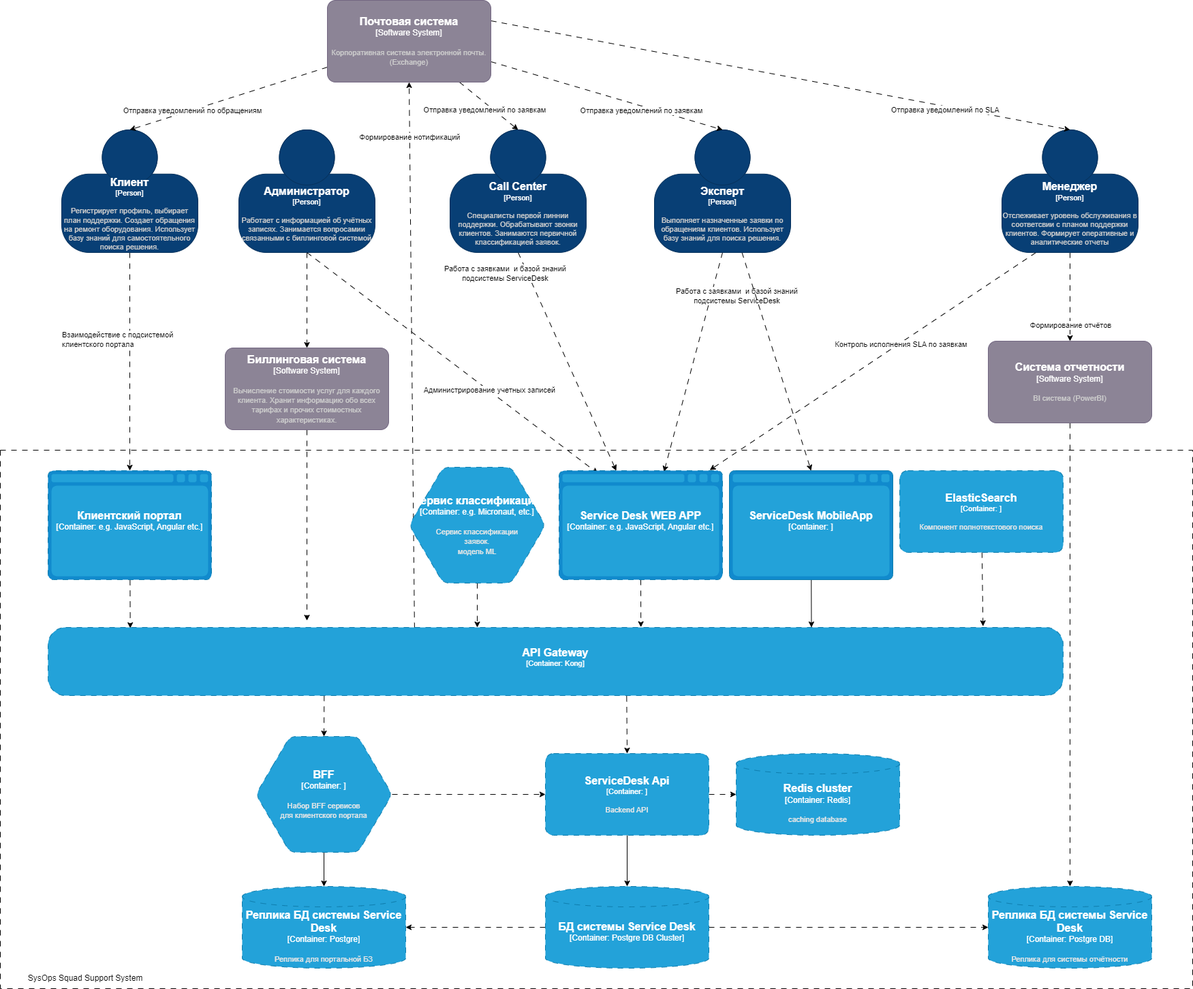
misterpavelbak/otus-arch-course keeps this draw.io diagram as diagrams/C4-container.drawio.png. Above is the earlier version. Source tidied: cells renumbered, new cells last; positions are measured from the earlier drawing's top-left corner, leaving out a move shared by most shapes.
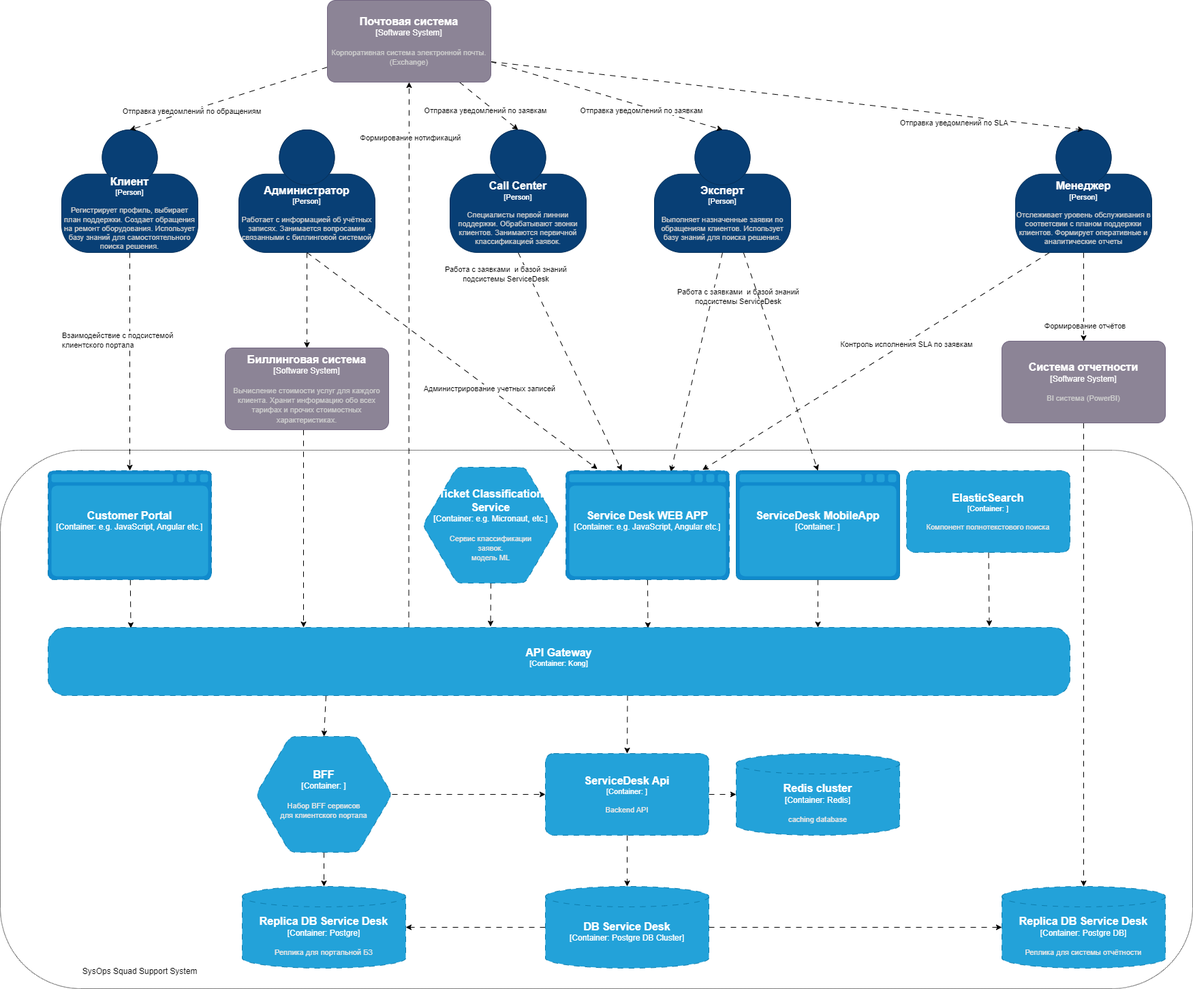
The same diagram one commit later.

Commit message:
upd container diagramm

Diff of the diagram source:
```diff
@@ -4,3 +4,3 @@
     <mxCell id="1" parent="0" />
-    <mxCell id="2" style="whiteSpace=wrap;html=1;dashed=1;dashPattern=8 8;fillColor=none;align=left;" parent="1" vertex="1">
+    <mxCell id="2" style="whiteSpace=wrap;html=1;dashed=1;dashPattern=1 1;fillColor=none;align=left;rounded=1;" parent="1" vertex="1">
       <mxGeometry y="660" width="1750" height="790" as="geometry" />
@@ -20,6 +20,6 @@
     </object>
-    <mxCell id="6" style="edgeStyle=none;html=1;entryX=0.5;entryY=1;entryDx=0;entryDy=0;entryPerimeter=0;dashed=1;dashPattern=8 8;exitX=0.361;exitY=0.011;exitDx=0;exitDy=0;exitPerimeter=0;" parent="1" edge="1" source="45" target="29">
+    <mxCell id="6" style="edgeStyle=none;html=1;entryX=0.5;entryY=1;entryDx=0;entryDy=0;entryPerimeter=0;dashed=1;dashPattern=8 8;exitX=0.353;exitY=0.011;exitDx=0;exitDy=0;exitPerimeter=0;" parent="1" edge="1" source="45" target="29">
       <mxGeometry relative="1" as="geometry" />
     </mxCell>
-    <mxCell id="7" style="edgeStyle=none;html=1;dashed=1;dashPattern=8 8;exitX=0.5;exitY=1;exitDx=0;exitDy=0;exitPerimeter=0;entryX=0.238;entryY=0.025;entryDx=0;entryDy=0;entryPerimeter=0;" parent="1" edge="1" source="10" target="42">
+    <mxCell id="7" style="edgeStyle=none;html=1;dashed=1;dashPattern=8 8;exitX=0.5;exitY=1;exitDx=0;exitDy=0;exitPerimeter=0;entryX=0.193;entryY=-0.015;entryDx=0;entryDy=0;entryPerimeter=0;" parent="1" edge="1" source="10" target="42">
       <mxGeometry relative="1" as="geometry" />
@@ -39,3 +39,3 @@
     </object>
-    <mxCell id="11" style="edgeStyle=none;html=1;entryX=0.922;entryY=-0.005;entryDx=0;entryDy=0;entryPerimeter=0;exitX=0.25;exitY=1;exitDx=0;exitDy=0;exitPerimeter=0;dashed=1;dashPattern=8 8;" parent="1" edge="1" source="15" target="42">
+    <mxCell id="11" style="edgeStyle=none;html=1;entryX=0.836;entryY=-0.007;entryDx=0;entryDy=0;entryPerimeter=0;exitX=0.25;exitY=1;exitDx=0;exitDy=0;exitPerimeter=0;dashed=1;dashPattern=8 8;" parent="1" edge="1" source="15" target="42">
       <mxGeometry relative="1" as="geometry" />
@@ -53,3 +53,3 @@
       <mxCell style="html=1;fontSize=11;dashed=0;whiteSpace=wrap;fillColor=#083F75;strokeColor=#06315C;fontColor=#ffffff;shape=mxgraph.c4.person2;align=center;points=[[0.5,0,0],[1,0.5,0],[1,0.75,0],[0.75,1,0],[0.5,1,0],[0.25,1,0],[0,0.75,0],[0,0.5,0]];" parent="1" vertex="1">
-        <mxGeometry x="1470" y="190" width="200" height="180" as="geometry" />
+        <mxGeometry x="1490" y="190" width="200" height="180" as="geometry" />
       </mxCell>
@@ -97,3 +97,3 @@
     </mxCell>
-    <mxCell id="27" style="edgeStyle=none;html=1;exitX=1;exitY=0.25;exitDx=0;exitDy=0;exitPerimeter=0;entryX=0.5;entryY=0;entryDx=0;entryDy=0;entryPerimeter=0;dashed=1;dashPattern=8 8;" parent="1" edge="1" source="29" target="15">
+    <mxCell id="27" style="edgeStyle=none;html=1;exitX=1;exitY=0.75;exitDx=0;exitDy=0;exitPerimeter=0;entryX=0.5;entryY=0;entryDx=0;entryDy=0;entryPerimeter=0;dashed=1;dashPattern=8 8;" parent="1" edge="1" source="29" target="15">
       <mxGeometry relative="1" as="geometry" />
@@ -110,5 +110,5 @@
     </object>
-    <mxCell id="30" style="edgeStyle=none;html=1;dashed=1;dashPattern=8 8;" parent="1" edge="1" source="31">
+    <mxCell id="30" style="edgeStyle=none;html=1;dashed=1;dashPattern=8 8;entryX=0.25;entryY=0;entryDx=0;entryDy=0;entryPerimeter=0;" parent="1" edge="1" target="45">
       <mxGeometry relative="1" as="geometry">
-        <mxPoint x="450" y="910" as="targetPoint" />
+        <mxPoint x="445" y="630" as="sourcePoint" />
       </mxGeometry>
@@ -125,3 +125,3 @@
       <mxCell style="rounded=1;whiteSpace=wrap;html=1;labelBackgroundColor=none;fillColor=#8C8496;fontColor=#ffffff;align=center;arcSize=10;strokeColor=#736782;points=[[0.25,0,0],[0.5,0,0],[0.75,0,0],[1,0.25,0],[1,0.5,0],[1,0.75,0],[0.75,1,0],[0.5,1,0],[0.25,1,0],[0,0.75,0],[0,0.5,0],[0,0.25,0]];" parent="1" vertex="1">
-        <mxGeometry x="1450" y="500" width="240" height="120" as="geometry" />
+        <mxGeometry x="1470" y="500" width="240" height="120" as="geometry" />
       </mxCell>
@@ -148,3 +148,3 @@
     </mxCell>
-    <object id="40" label="&lt;font style=&quot;font-size: 16px&quot;&gt;&lt;b&gt;%c4Type%&lt;/b&gt;&lt;/font&gt;&lt;div&gt;[%c4Container%:&amp;nbsp;%c4Technology%]&lt;/div&gt;&lt;br&gt;&lt;div&gt;&lt;font style=&quot;font-size: 11px&quot;&gt;&lt;font color=&quot;#E6E6E6&quot;&gt;%c4Description%&lt;/font&gt;&lt;/div&gt;" c4Container="Container" c4Description="" c4Technology="e.g. JavaScript, Angular etc." c4Type="Клиентский портал" placeholders="1">
+    <object id="40" label="&lt;font style=&quot;font-size: 16px&quot;&gt;&lt;b&gt;%c4Type%&lt;/b&gt;&lt;/font&gt;&lt;div&gt;[%c4Container%:&amp;nbsp;%c4Technology%]&lt;/div&gt;&lt;br&gt;&lt;div&gt;&lt;font style=&quot;font-size: 11px&quot;&gt;&lt;font color=&quot;#E6E6E6&quot;&gt;%c4Description%&lt;/font&gt;&lt;/div&gt;" c4Container="Container" c4Description="" c4Technology="e.g. JavaScript, Angular etc." c4Type="Customer Portal" placeholders="1">
       <mxCell style="shape=mxgraph.c4.webBrowserContainer2;whiteSpace=wrap;html=1;boundedLbl=1;rounded=0;labelBackgroundColor=none;strokeColor=#118ACD;fillColor=#23A2D9;strokeColor=#118ACD;strokeColor2=#0E7DAD;fontSize=12;fontColor=#ffffff;align=center;points=[[0.5,0,0],[1,0.25,0],[1,0.5,0],[1,0.75,0],[0.5,1,0],[0,0.75,0],[0,0.5,0],[0,0.25,0]];dashed=1;dashPattern=8 8;" parent="1" vertex="1">
@@ -153,3 +153,3 @@
     </object>
-    <mxCell id="41" style="edgeStyle=none;html=1;entryX=0.584;entryY=-0.004;entryDx=0;entryDy=0;entryPerimeter=0;dashed=1;dashPattern=8 8;exitX=0.5;exitY=1;exitDx=0;exitDy=0;exitPerimeter=0;" parent="1" edge="1" source="42" target="45">
+    <mxCell id="41" style="edgeStyle=none;html=1;entryX=0.587;entryY=0.01;entryDx=0;entryDy=0;entryPerimeter=0;dashed=1;dashPattern=8 8;exitX=0.5;exitY=1;exitDx=0;exitDy=0;exitPerimeter=0;" parent="1" edge="1" source="42" target="45">
       <mxGeometry relative="1" as="geometry" />
@@ -158,3 +158,3 @@
       <mxCell style="shape=mxgraph.c4.webBrowserContainer2;whiteSpace=wrap;html=1;boundedLbl=1;rounded=0;labelBackgroundColor=none;strokeColor=#118ACD;fillColor=#23A2D9;strokeColor=#118ACD;strokeColor2=#0E7DAD;fontSize=12;fontColor=#ffffff;align=center;points=[[0.5,0,0],[1,0.25,0],[1,0.5,0],[1,0.75,0],[0.5,1,0],[0,0.75,0],[0,0.5,0],[0,0.25,0]];dashed=1;dashPattern=8 8;" parent="1" vertex="1">
-        <mxGeometry x="820" y="690" width="240" height="160" as="geometry" />
+        <mxGeometry x="830" y="690" width="240" height="160" as="geometry" />
       </mxCell>
@@ -164,3 +164,3 @@
     </mxCell>
-    <mxCell id="44" style="edgeStyle=none;html=1;entryX=0.5;entryY=0;entryDx=0;entryDy=0;entryPerimeter=0;dashed=1;dashPattern=8 8;exitX=0.57;exitY=1.008;exitDx=0;exitDy=0;exitPerimeter=0;" parent="1" edge="1" source="45" target="54">
+    <mxCell id="44" style="edgeStyle=none;html=1;entryX=0.5;entryY=0;entryDx=0;entryDy=0;entryPerimeter=0;dashed=1;dashPattern=8 8;exitX=0.567;exitY=0.993;exitDx=0;exitDy=0;exitPerimeter=0;" parent="1" edge="1" source="45" target="54">
       <mxGeometry relative="1" as="geometry" />
@@ -169,3 +169,3 @@
       <mxCell style="rounded=1;whiteSpace=wrap;html=1;fontSize=11;labelBackgroundColor=none;fillColor=#23A2D9;fontColor=#ffffff;align=center;arcSize=26;strokeColor=#0E7DAD;points=[[0.25,0,0],[0.5,0,0],[0.75,0,0],[1,0.25,0],[1,0.5,0],[1,0.75,0],[0.75,1,0],[0.5,1,0],[0.25,1,0],[0,0.75,0],[0,0.5,0],[0,0.25,0]];dashed=1;dashPattern=8 8;imageWidth=24;rotation=0;" parent="1" vertex="1">
-        <mxGeometry x="70" y="920" width="1490" height="100" as="geometry" />
+        <mxGeometry x="70" y="920" width="1500" height="100" as="geometry" />
       </mxCell>
@@ -178,3 +178,3 @@
     </mxCell>
-    <object id="48" label="&lt;font style=&quot;font-size: 16px&quot;&gt;&lt;b&gt;%c4Type%&lt;/b&gt;&lt;/font&gt;&lt;div&gt;[%c4Container%:&amp;nbsp;%c4Technology%]&lt;/div&gt;&lt;br&gt;&lt;div&gt;&lt;font style=&quot;font-size: 11px&quot;&gt;&lt;font color=&quot;#E6E6E6&quot;&gt;%c4Description%&lt;/font&gt;&lt;/div&gt;" c4Container="Container" c4Description="" c4Technology="Postgre DB Cluster" c4Type="БД системы Service Desk" placeholders="1">
+    <object id="48" label="&lt;font style=&quot;font-size: 16px&quot;&gt;&lt;b&gt;%c4Type%&lt;/b&gt;&lt;/font&gt;&lt;div&gt;[%c4Container%:&amp;nbsp;%c4Technology%]&lt;/div&gt;&lt;br&gt;&lt;div&gt;&lt;font style=&quot;font-size: 11px&quot;&gt;&lt;font color=&quot;#E6E6E6&quot;&gt;%c4Description%&lt;/font&gt;&lt;/div&gt;" c4Container="Container" c4Description="" c4Technology="Postgre DB Cluster" c4Type="DB Service Desk" placeholders="1">
       <mxCell style="shape=cylinder3;size=15;whiteSpace=wrap;html=1;boundedLbl=1;rounded=0;labelBackgroundColor=none;fillColor=#23A2D9;fontSize=12;fontColor=#ffffff;align=center;strokeColor=#0E7DAD;points=[[0.5,0,0],[1,0.25,0],[1,0.5,0],[1,0.75,0],[0.5,1,0],[0,0.75,0],[0,0.5,0],[0,0.25,0]];dashed=1;dashPattern=8 8;" parent="1" vertex="1">
@@ -186,3 +186,3 @@
     </mxCell>
-    <mxCell id="50" style="edgeStyle=none;html=1;entryX=0.5;entryY=0;entryDx=0;entryDy=0;entryPerimeter=0;" parent="1" edge="1" source="51" target="55">
+    <mxCell id="50" style="edgeStyle=none;html=1;entryX=0.5;entryY=0;entryDx=0;entryDy=0;entryPerimeter=0;dashed=1;dashPattern=8 8;" parent="1" edge="1" source="51" target="55">
       <mxGeometry relative="1" as="geometry" />
@@ -194,3 +194,3 @@
     </object>
-    <mxCell id="52" style="edgeStyle=none;html=1;" parent="1" edge="1" source="54" target="48">
+    <mxCell id="52" style="edgeStyle=none;html=1;dashed=1;dashPattern=8 8;" parent="1" edge="1" source="54" target="48">
       <mxGeometry relative="1" as="geometry" />
@@ -205,3 +205,3 @@
     </object>
-    <object id="55" label="&lt;font style=&quot;font-size: 16px&quot;&gt;&lt;b&gt;%c4Type%&lt;/b&gt;&lt;/font&gt;&lt;div&gt;[%c4Container%:&amp;nbsp;%c4Technology%]&lt;/div&gt;&lt;br&gt;&lt;div&gt;&lt;font style=&quot;font-size: 11px&quot;&gt;&lt;font color=&quot;#E6E6E6&quot;&gt;%c4Description%&lt;/font&gt;&lt;/div&gt;" c4Container="Container" c4Description="Реплика для портальной БЗ" c4Technology="Postgre" c4Type="Реплика БД системы Service Desk" placeholders="1">
+    <object id="55" label="&lt;font style=&quot;font-size: 16px&quot;&gt;&lt;b&gt;%c4Type%&lt;/b&gt;&lt;/font&gt;&lt;div&gt;[%c4Container%:&amp;nbsp;%c4Technology%]&lt;/div&gt;&lt;br&gt;&lt;div&gt;&lt;font style=&quot;font-size: 11px&quot;&gt;&lt;font color=&quot;#E6E6E6&quot;&gt;%c4Description%&lt;/font&gt;&lt;/div&gt;" c4Container="Container" c4Description="Реплика для портальной БЗ" c4Technology="Postgre" c4Type="Replica DB Service Desk" placeholders="1">
       <mxCell style="shape=cylinder3;size=15;whiteSpace=wrap;html=1;boundedLbl=1;rounded=0;labelBackgroundColor=none;fillColor=#23A2D9;fontSize=12;fontColor=#ffffff;align=center;strokeColor=#0E7DAD;points=[[0.5,0,0],[1,0.25,0],[1,0.5,0],[1,0.75,0],[0.5,1,0],[0,0.75,0],[0,0.5,0],[0,0.25,0]];dashed=1;dashPattern=8 8;" parent="1" vertex="1">
@@ -210,15 +210,13 @@
     </object>
-    <object id="56" label="&lt;font style=&quot;font-size: 16px&quot;&gt;&lt;b&gt;%c4Type%&lt;/b&gt;&lt;/font&gt;&lt;div&gt;[%c4Container%:&amp;nbsp;%c4Technology%]&lt;/div&gt;&lt;br&gt;&lt;div&gt;&lt;font style=&quot;font-size: 11px&quot;&gt;&lt;font color=&quot;#E6E6E6&quot;&gt;%c4Description%&lt;/font&gt;&lt;/div&gt;" c4Container="Container" c4Description="Реплика для системы отчётности" c4Technology="Postgre DB" c4Type="Реплика БД системы Service Desk" placeholders="1">
+    <object id="56" label="&lt;font style=&quot;font-size: 16px&quot;&gt;&lt;b&gt;%c4Type%&lt;/b&gt;&lt;/font&gt;&lt;div&gt;[%c4Container%:&amp;nbsp;%c4Technology%]&lt;/div&gt;&lt;br&gt;&lt;div&gt;&lt;font style=&quot;font-size: 11px&quot;&gt;&lt;font color=&quot;#E6E6E6&quot;&gt;%c4Description%&lt;/font&gt;&lt;/div&gt;" c4Container="Container" c4Description="Реплика для системы отчётности" c4Technology="Postgre DB" c4Type="Replica DB Service Desk" placeholders="1">
       <mxCell style="shape=cylinder3;size=15;whiteSpace=wrap;html=1;boundedLbl=1;rounded=0;labelBackgroundColor=none;fillColor=#23A2D9;fontSize=12;fontColor=#ffffff;align=center;strokeColor=#0E7DAD;points=[[0.5,0,0],[1,0.25,0],[1,0.5,0],[1,0.75,0],[0.5,1,0],[0,0.75,0],[0,0.5,0],[0,0.25,0]];dashed=1;dashPattern=8 8;" parent="1" vertex="1">
-        <mxGeometry x="1450" y="1300" width="240" height="120" as="geometry" />
+        <mxGeometry x="1470" y="1300" width="240" height="120" as="geometry" />
       </mxCell>
     </object>
-    <mxCell id="57" style="edgeStyle=none;html=1;dashed=1;dashPattern=8 8;exitX=0.5;exitY=1;exitDx=0;exitDy=0;exitPerimeter=0;" parent="1" edge="1" source="58">
-      <mxGeometry relative="1" as="geometry">
-        <mxPoint x="700" y="920" as="targetPoint" />
-      </mxGeometry>
+    <mxCell id="57" style="edgeStyle=none;html=1;dashed=1;dashPattern=8 8;exitX=0.5;exitY=1;exitDx=0;exitDy=0;exitPerimeter=0;entryX=0.433;entryY=-0.013;entryDx=0;entryDy=0;entryPerimeter=0;" parent="1" edge="1" source="58" target="45">
+      <mxGeometry relative="1" as="geometry" />
     </mxCell>
-    <object id="58" label="&lt;font style=&quot;font-size: 16px&quot;&gt;&lt;b&gt;%c4Type%&lt;/b&gt;&lt;/font&gt;&lt;div&gt;[%c4Container%:&amp;nbsp;%c4Technology%]&lt;/div&gt;&lt;br&gt;&lt;div&gt;&lt;font style=&quot;font-size: 11px&quot;&gt;&lt;font color=&quot;#E6E6E6&quot;&gt;%c4Description%&lt;/font&gt;&lt;/div&gt;" c4Container="Container" c4Description="Сервис классификации&#10; заявок.&#10;модель ML" c4Technology="e.g. Micronaut, etc." c4Type="Сервис классификации" placeholders="1">
-      <mxCell style="shape=hexagon;size=50;perimeter=hexagonPerimeter2;whiteSpace=wrap;html=1;fixedSize=1;rounded=1;labelBackgroundColor=none;fillColor=#23A2D9;fontSize=12;fontColor=#ffffff;align=center;strokeColor=#0E7DAD;points=[[0.5,0,0],[1,0.25,0],[1,0.5,0],[1,0.75,0],[0.5,1,0],[0,0.75,0],[0,0.5,0],[0,0.25,0]];dashed=1;dashPattern=8 8;" parent="1" vertex="1">
-        <mxGeometry x="600" y="685" width="200" height="170" as="geometry" />
+    <object id="58" label="&lt;font style=&quot;font-size: 16px&quot;&gt;&lt;b&gt;%c4Type%&lt;/b&gt;&lt;/font&gt;&lt;div&gt;[%c4Container%:&amp;nbsp;%c4Technology%]&lt;/div&gt;&lt;br&gt;&lt;div&gt;&lt;font style=&quot;font-size: 11px&quot;&gt;&lt;font color=&quot;#E6E6E6&quot;&gt;%c4Description%&lt;/font&gt;&lt;/div&gt;" c4Container="Container" c4Description="Сервис классификации&#10; заявок.&#10;модель ML" c4Technology="e.g. Micronaut, etc." c4Type="Ticket Classification Service" placeholders="1">
+      <mxCell style="shape=hexagon;size=50;perimeter=hexagonPerimeter2;whiteSpace=wrap;html=1;fixedSize=1;rounded=1;labelBackgroundColor=none;fillColor=#23A2D9;fontSize=12;fontColor=#ffffff;align=center;strokeColor=#0E7DAD;points=[[0.5,0,0],[1,0.25,0],[1,0.5,0],[1,0.75,0],[0.5,1,0],[0,0.75,0],[0,0.5,0],[0,0.25,0]];dashed=1;dashPattern=8 8;arcSize=16;" parent="1" vertex="1">
+        <mxGeometry x="620" y="685" width="200" height="170" as="geometry" />
       </mxCell>
@@ -235,3 +233,3 @@
       <mxCell style="rounded=1;whiteSpace=wrap;html=1;fontSize=11;labelBackgroundColor=none;fillColor=#23A2D9;fontColor=#ffffff;align=center;arcSize=10;strokeColor=#0E7DAD;points=[[0.25,0,0],[0.5,0,0],[0.75,0,0],[1,0.25,0],[1,0.5,0],[1,0.75,0],[0.75,1,0],[0.5,1,0],[0.25,1,0],[0,0.75,0],[0,0.5,0],[0,0.25,0]];dashed=1;dashPattern=8 8;" parent="1" vertex="1">
-        <mxGeometry x="1320" y="690" width="240" height="120" as="geometry" />
+        <mxGeometry x="1330" y="690" width="240" height="120" as="geometry" />
       </mxCell>
@@ -239,6 +237,8 @@
     <mxCell id="62" value="SysOps Squad Support System" style="text;strokeColor=none;align=center;fillColor=none;html=1;verticalAlign=middle;whiteSpace=wrap;rounded=0;" parent="1" vertex="1">
-      <mxGeometry y="1420" width="250" height="30" as="geometry" />
+      <mxGeometry x="80" y="1410" width="250" height="30" as="geometry" />
     </mxCell>
-    <mxCell id="63" style="edgeStyle=none;html=1;entryX=0.752;entryY=0;entryDx=0;entryDy=0;entryPerimeter=0;" parent="1" edge="1" source="64" target="45">
-      <mxGeometry relative="1" as="geometry" />
+    <mxCell id="63" style="edgeStyle=none;html=1;dashed=1;dashPattern=8 8;" parent="1" edge="1" source="64">
+      <mxGeometry relative="1" as="geometry">
+        <mxPoint x="1200" y="920" as="targetPoint" />
+      </mxGeometry>
     </mxCell>
@@ -246,3 +246,3 @@
       <mxCell style="shape=mxgraph.c4.webBrowserContainer2;whiteSpace=wrap;html=1;boundedLbl=1;rounded=0;labelBackgroundColor=none;strokeColor=#118ACD;fillColor=#23A2D9;strokeColor=#118ACD;strokeColor2=#0E7DAD;fontSize=12;fontColor=#ffffff;align=center;points=[[0.5,0,0],[1,0.25,0],[1,0.5,0],[1,0.75,0],[0.5,1,0],[0,0.75,0],[0,0.5,0],[0,0.25,0]];" parent="1" vertex="1">
-        <mxGeometry x="1070" y="690" width="240" height="160" as="geometry" />
+        <mxGeometry x="1080" y="690" width="240" height="160" as="geometry" />
       </mxCell>
```
